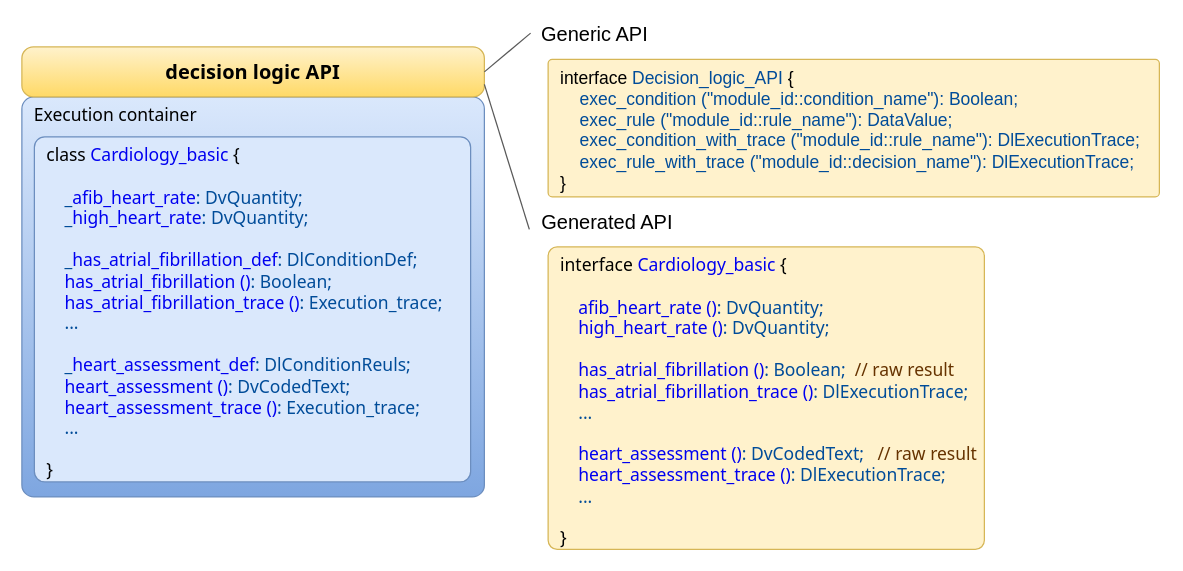
openEHR/specifications-PROC keeps this draw.io diagram as docs/decision_language/diagrams/conceptual_service_model.drawio. Above is the earlier version. Source tidied: cells renumbered, new cells numbered last; positions are measured from the earlier drawing's top-left corner, leaving out a move shared by most shapes. Both pictures are drawn from the tidied source at 125%, with x=0, y=0 at pixel (21, 21).
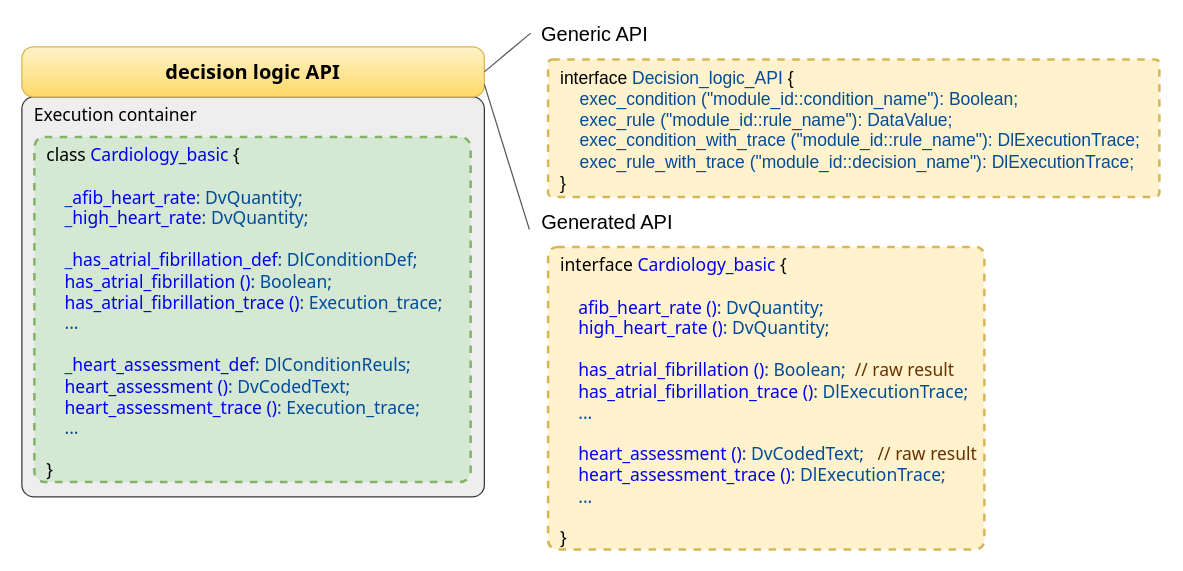
The same page after the edit.

Commit message (it also covers changes not shown here):
Slight diagram improvements.

The edit, as a diff of the source:
```diff
@@
 <mxGraphModel>
   <root>
     <mxCell id="0" />
     <mxCell id="1" parent="0" />
-    <mxCell id="2" value="&lt;div style=&quot;text-align: center; font-size: 14px;&quot;&gt;&lt;span style=&quot;font-size: 14px;&quot;&gt;Execution container&amp;nbsp; &amp;nbsp; &amp;nbsp; &amp;nbsp; &amp;nbsp;&lt;/span&gt;&lt;span style=&quot;font-size: 14px;&quot;&gt;&amp;nbsp; &amp;nbsp; &amp;nbsp; &amp;nbsp;&lt;/span&gt;&lt;br style=&quot;font-size: 14px;&quot;&gt;&lt;/div&gt;" style="rounded=1;whiteSpace=wrap;html=1;fontSize=14;arcSize=3;verticalAlign=top;fillColor=#dae8fc;strokeColor=#6c8ebf;align=left;spacingLeft=8;fontFamily=Tahoma;gradientColor=#7ea6e0;" parent="1" vertex="1">
+    <mxCell id="2" value="&lt;div style=&quot;text-align: center; font-size: 14px;&quot;&gt;&lt;span style=&quot;font-size: 14px;&quot;&gt;Execution container&amp;nbsp; &amp;nbsp; &amp;nbsp; &amp;nbsp; &amp;nbsp;&lt;/span&gt;&lt;span style=&quot;font-size: 14px;&quot;&gt;&amp;nbsp; &amp;nbsp; &amp;nbsp; &amp;nbsp;&lt;/span&gt;&lt;br style=&quot;font-size: 14px;&quot;&gt;&lt;/div&gt;" style="rounded=1;whiteSpace=wrap;html=1;fontSize=14;arcSize=3;verticalAlign=top;fillColor=#eeeeee;strokeColor=#36393d;align=left;spacingLeft=8;fontFamily=Tahoma;" parent="1" vertex="1">
       <mxGeometry y="60" width="370" height="320" as="geometry" />
     </mxCell>
     <mxCell id="3" value="decision logic API" style="rounded=1;whiteSpace=wrap;html=1;fontSize=16;align=center;arcSize=23;strokeColor=#d6b656;strokeWidth=1;verticalAlign=middle;labelPosition=center;verticalLabelPosition=middle;spacingLeft=0;spacingRight=0;fillColor=#fff2cc;fontFamily=Tahoma;gradientColor=#ffd966;fontStyle=1;" parent="1" vertex="1">
       <mxGeometry y="20" width="370" height="40" as="geometry" />
     </mxCell>
     <mxCell id="4" value="&lt;font style=&quot;font-size: 14px&quot;&gt;&lt;br&gt;&lt;/font&gt;" style="text;html=1;align=left;verticalAlign=middle;fontSize=16;fontColor=#004C99;" parent="1" vertex="1">
       <mxGeometry x="435" y="50" width="20" height="30" as="geometry" />
     </mxCell>
     <mxCell id="5" style="edgeStyle=none;rounded=0;jettySize=auto;html=1;entryX=1;entryY=0.5;entryDx=0;entryDy=0;startArrow=none;startFill=0;endArrow=none;endFill=0;strokeColor=#595959;strokeWidth=1;fontSize=14;fontColor=#000000;exitX=-0.01;exitY=0.45;exitDx=0;exitDy=0;exitPerimeter=0;" parent="1" edge="1" source="6" target="3">
       <mxGeometry relative="1" as="geometry" />
     </mxCell>
     <mxCell id="6" value="Generic API" style="text;html=1;align=center;verticalAlign=middle;points=[];fontSize=16;fontColor=#000000;" parent="1" vertex="1">
       <mxGeometry x="408" width="100" height="20" as="geometry" />
     </mxCell>
     <mxCell id="7" style="rounded=0;jettySize=auto;html=1;entryX=1;entryY=0.75;entryDx=0;entryDy=0;startArrow=none;startFill=0;strokeColor=#595959;strokeWidth=1;fontSize=14;fontColor=#000000;endArrow=none;endFill=0;exitX=-0.017;exitY=0.8;exitDx=0;exitDy=0;exitPerimeter=0;" parent="1" edge="1" source="8" target="3">
       <mxGeometry relative="1" as="geometry" />
     </mxCell>
     <mxCell id="8" value="Generated API" style="text;html=1;align=center;verticalAlign=middle;points=[];fontSize=16;fontColor=#000000;" parent="1" vertex="1">
       <mxGeometry x="408" y="150" width="120" height="20" as="geometry" />
     </mxCell>
-    <mxCell id="9" value="&lt;div style=&quot;font-size: 14px&quot;&gt;&lt;font style=&quot;font-family: &amp;#34;helvetica&amp;#34; ; white-space: nowrap&quot;&gt;interface&lt;/font&gt;&lt;font style=&quot;color: rgb(0 , 76 , 153) ; font-family: &amp;#34;helvetica&amp;#34; ; white-space: nowrap&quot;&gt; Decision_logic_API &lt;/font&gt;&lt;font style=&quot;font-family: &amp;#34;helvetica&amp;#34; ; white-space: nowrap&quot;&gt;{&lt;/font&gt;&lt;/div&gt;&lt;div style=&quot;font-size: 14px&quot;&gt;&lt;font style=&quot;color: rgb(0 , 76 , 153) ; font-family: &amp;#34;helvetica&amp;#34; ; white-space: nowrap&quot;&gt;&amp;nbsp; &amp;nbsp; exec_condition&lt;/font&gt;&lt;span style=&quot;color: rgb(0 , 76 , 153) ; font-family: &amp;#34;helvetica&amp;#34; ; white-space: nowrap&quot;&gt;&amp;nbsp;(&quot;module_id::condition_name&quot;): Boolean;&lt;/span&gt;&lt;br style=&quot;color: rgb(0 , 76 , 153) ; font-family: &amp;#34;helvetica&amp;#34; ; white-space: nowrap&quot;&gt;&lt;span style=&quot;color: rgb(0 , 76 , 153) ; font-family: &amp;#34;helvetica&amp;#34; ; white-space: nowrap&quot;&gt;&amp;nbsp; &amp;nbsp; exec_rule (&quot;module_id::&lt;/span&gt;&lt;span style=&quot;color: rgb(0 , 76 , 153) ; font-family: &amp;#34;helvetica&amp;#34; ; white-space: nowrap&quot;&gt;rule_name&lt;/span&gt;&lt;span style=&quot;color: rgb(0 , 76 , 153) ; font-family: &amp;#34;helvetica&amp;#34; ; white-space: nowrap&quot;&gt;&quot;): DataValue;&lt;/span&gt;&lt;br style=&quot;color: rgb(0 , 76 , 153) ; font-family: &amp;#34;helvetica&amp;#34; ; white-space: nowrap&quot;&gt;&lt;span style=&quot;color: rgb(0 , 76 , 153) ; font-family: &amp;#34;helvetica&amp;#34; ; white-space: nowrap&quot;&gt;&amp;nbsp; &amp;nbsp; exec_condition_with_trace (&quot;module_id::rule_name&quot;): DlExecutionTrace;&lt;/span&gt;&lt;br style=&quot;color: rgb(0 , 76 , 153) ; font-family: &amp;#34;helvetica&amp;#34; ; white-space: nowrap&quot;&gt;&lt;span style=&quot;color: rgb(0 , 76 , 153) ; font-family: &amp;#34;helvetica&amp;#34; ; white-space: nowrap&quot;&gt;&amp;nbsp; &amp;nbsp; exec_rule_with_trace (&quot;module_id::decision_name&quot;): DlExecutionTrace;&lt;/span&gt;&lt;br&gt;&lt;/div&gt;&lt;div style=&quot;font-size: 14px&quot;&gt;&lt;span style=&quot;font-family: &amp;#34;helvetica&amp;#34; ; white-space: nowrap&quot;&gt;}&lt;/span&gt;&lt;/div&gt;" style="rounded=1;whiteSpace=wrap;html=1;fontSize=14;arcSize=3;verticalAlign=top;fillColor=#fff2cc;strokeColor=#d6b656;align=left;spacingLeft=8;fontFamily=Tahoma;fontStyle=0;" parent="1" vertex="1">
+    <mxCell id="9" value="&lt;div style=&quot;font-size: 14px&quot;&gt;&lt;font style=&quot;font-family: &amp;#34;helvetica&amp;#34; ; white-space: nowrap&quot;&gt;interface&lt;/font&gt;&lt;font style=&quot;color: rgb(0 , 76 , 153) ; font-family: &amp;#34;helvetica&amp;#34; ; white-space: nowrap&quot;&gt; Decision_logic_API &lt;/font&gt;&lt;font style=&quot;font-family: &amp;#34;helvetica&amp;#34; ; white-space: nowrap&quot;&gt;{&lt;/font&gt;&lt;/div&gt;&lt;div style=&quot;font-size: 14px&quot;&gt;&lt;font style=&quot;color: rgb(0 , 76 , 153) ; font-family: &amp;#34;helvetica&amp;#34; ; white-space: nowrap&quot;&gt;&amp;nbsp; &amp;nbsp; exec_condition&lt;/font&gt;&lt;span style=&quot;color: rgb(0 , 76 , 153) ; font-family: &amp;#34;helvetica&amp;#34; ; white-space: nowrap&quot;&gt;&amp;nbsp;(&quot;module_id::condition_name&quot;): Boolean;&lt;/span&gt;&lt;br style=&quot;color: rgb(0 , 76 , 153) ; font-family: &amp;#34;helvetica&amp;#34; ; white-space: nowrap&quot;&gt;&lt;span style=&quot;color: rgb(0 , 76 , 153) ; font-family: &amp;#34;helvetica&amp;#34; ; white-space: nowrap&quot;&gt;&amp;nbsp; &amp;nbsp; exec_rule (&quot;module_id::&lt;/span&gt;&lt;span style=&quot;color: rgb(0 , 76 , 153) ; font-family: &amp;#34;helvetica&amp;#34; ; white-space: nowrap&quot;&gt;rule_name&lt;/span&gt;&lt;span style=&quot;color: rgb(0 , 76 , 153) ; font-family: &amp;#34;helvetica&amp;#34; ; white-space: nowrap&quot;&gt;&quot;): DataValue;&lt;/span&gt;&lt;br style=&quot;color: rgb(0 , 76 , 153) ; font-family: &amp;#34;helvetica&amp;#34; ; white-space: nowrap&quot;&gt;&lt;span style=&quot;color: rgb(0 , 76 , 153) ; font-family: &amp;#34;helvetica&amp;#34; ; white-space: nowrap&quot;&gt;&amp;nbsp; &amp;nbsp; exec_condition_with_trace (&quot;module_id::rule_name&quot;): DlExecutionTrace;&lt;/span&gt;&lt;br style=&quot;color: rgb(0 , 76 , 153) ; font-family: &amp;#34;helvetica&amp;#34; ; white-space: nowrap&quot;&gt;&lt;span style=&quot;color: rgb(0 , 76 , 153) ; font-family: &amp;#34;helvetica&amp;#34; ; white-space: nowrap&quot;&gt;&amp;nbsp; &amp;nbsp; exec_rule_with_trace (&quot;module_id::decision_name&quot;): DlExecutionTrace;&lt;/span&gt;&lt;br&gt;&lt;/div&gt;&lt;div style=&quot;font-size: 14px&quot;&gt;&lt;span style=&quot;font-family: &amp;#34;helvetica&amp;#34; ; white-space: nowrap&quot;&gt;}&lt;/span&gt;&lt;/div&gt;" style="rounded=1;whiteSpace=wrap;html=1;fontSize=14;arcSize=3;verticalAlign=top;fillColor=#fff2cc;strokeColor=#d6b656;align=left;spacingLeft=8;fontFamily=Tahoma;fontStyle=0;dashed=1;strokeWidth=2;" parent="1" vertex="1">
       <mxGeometry x="421" y="30" width="489" height="110" as="geometry" />
     </mxCell>
-    <mxCell id="10" value="&lt;div style=&quot;font-size: 14px&quot;&gt;&lt;div&gt;&lt;font color=&quot;#000000&quot;&gt;class&lt;/font&gt;&lt;font color=&quot;#004c99&quot;&gt;&amp;nbsp;&lt;/font&gt;&lt;font color=&quot;#0000f0&quot;&gt;Cardiology_basic&lt;/font&gt;&lt;font color=&quot;#004c99&quot;&gt;&amp;nbsp;&lt;/font&gt;{&lt;/div&gt;&lt;div&gt;&lt;font color=&quot;#004c99&quot;&gt;&lt;br&gt;&lt;/font&gt;&lt;/div&gt;&lt;div&gt;&lt;font color=&quot;#004c99&quot;&gt;&amp;nbsp; &amp;nbsp; _&lt;/font&gt;&lt;font color=&quot;#0000f0&quot;&gt;afib_heart_rate&lt;/font&gt;&lt;font color=&quot;#004c99&quot;&gt;:&amp;nbsp;&lt;/font&gt;&lt;span style=&quot;color: rgb(0 , 76 , 153)&quot;&gt;DvQuantity&lt;/span&gt;&lt;font color=&quot;#004c99&quot;&gt;;&lt;/font&gt;&lt;br&gt;&lt;/div&gt;&lt;div&gt;&lt;font color=&quot;#004c99&quot;&gt;&amp;nbsp; &amp;nbsp; _&lt;/font&gt;&lt;font color=&quot;#0000f0&quot;&gt;high_heart_rate&lt;/font&gt;&lt;font color=&quot;#004c99&quot;&gt;:&amp;nbsp;&lt;/font&gt;&lt;span style=&quot;color: rgb(0 , 76 , 153)&quot;&gt;DvQuantity&lt;/span&gt;&lt;font color=&quot;#004c99&quot;&gt;;&lt;/font&gt;&lt;/div&gt;&lt;div&gt;&lt;font color=&quot;#004c99&quot;&gt;&lt;br&gt;&lt;/font&gt;&lt;/div&gt;&lt;div&gt;&lt;font color=&quot;#004c99&quot;&gt;&amp;nbsp; &amp;nbsp; _&lt;/font&gt;&lt;font color=&quot;#0000f0&quot;&gt;has_atrial_fibrillation_def&lt;/font&gt;&lt;font color=&quot;#004c99&quot;&gt;: DlConditionDef;&lt;/font&gt;&lt;/div&gt;&lt;div&gt;&lt;font color=&quot;#004c99&quot;&gt;&amp;nbsp; &amp;nbsp;&amp;nbsp;&lt;/font&gt;&lt;font color=&quot;#0000f0&quot;&gt;has_atrial_fibrillation ()&lt;/font&gt;&lt;font color=&quot;#004c99&quot;&gt;: Boolean;&lt;/font&gt;&lt;br&gt;&lt;/div&gt;&lt;div&gt;&lt;font color=&quot;#004c99&quot;&gt;&amp;nbsp; &amp;nbsp;&amp;nbsp;&lt;/font&gt;&lt;span style=&quot;color: rgb(0 , 0 , 240)&quot;&gt;has_atrial_fibrillation_trace&lt;/span&gt;&lt;font color=&quot;#0000f0&quot;&gt;&amp;nbsp;()&lt;/font&gt;&lt;font color=&quot;#004c99&quot;&gt;: Execution_trace;&lt;/font&gt;&lt;/div&gt;&lt;div&gt;&lt;font color=&quot;#004c99&quot;&gt;&amp;nbsp; &amp;nbsp; ...&lt;/font&gt;&lt;/div&gt;&lt;div&gt;&lt;font color=&quot;#004c99&quot;&gt;&lt;br&gt;&lt;/font&gt;&lt;/div&gt;&lt;div&gt;&lt;font color=&quot;#004c99&quot;&gt;&amp;nbsp; &amp;nbsp; _&lt;/font&gt;&lt;font color=&quot;#0000f0&quot;&gt;heart_assessment_def&lt;/font&gt;&lt;font color=&quot;#004c99&quot;&gt;: DlConditionReuls;&lt;/font&gt;&lt;/div&gt;&lt;div&gt;&lt;font color=&quot;#004c99&quot;&gt;&amp;nbsp; &amp;nbsp;&amp;nbsp;&lt;/font&gt;&lt;font color=&quot;#0000f0&quot;&gt;heart_assessment ()&lt;/font&gt;&lt;font color=&quot;#004c99&quot;&gt;: DvCodedText;&lt;/font&gt;&lt;br&gt;&lt;/div&gt;&lt;div&gt;&lt;div&gt;&lt;font color=&quot;#004c99&quot;&gt;&amp;nbsp; &amp;nbsp;&amp;nbsp;&lt;/font&gt;&lt;font color=&quot;#0000f0&quot;&gt;heart_assessment_trace ()&lt;/font&gt;&lt;font color=&quot;#004c99&quot;&gt;: Execution_trace;&lt;/font&gt;&lt;/div&gt;&lt;div&gt;&lt;font color=&quot;#004c99&quot;&gt;&amp;nbsp; &amp;nbsp; ...&lt;/font&gt;&lt;/div&gt;&lt;/div&gt;&lt;div&gt;&lt;br&gt;&lt;/div&gt;&lt;div&gt;}&lt;/div&gt;&lt;/div&gt;" style="rounded=1;whiteSpace=wrap;html=1;fontSize=14;arcSize=3;verticalAlign=top;fillColor=#dae8fc;strokeColor=#6c8ebf;align=left;spacingLeft=8;fontFamily=Tahoma;fontStyle=0;" parent="1" vertex="1">
+    <mxCell id="10" value="&lt;div style=&quot;font-size: 14px&quot;&gt;&lt;div&gt;&lt;font color=&quot;#000000&quot;&gt;class&lt;/font&gt;&lt;font color=&quot;#004c99&quot;&gt;&amp;nbsp;&lt;/font&gt;&lt;font color=&quot;#0000f0&quot;&gt;Cardiology_basic&lt;/font&gt;&lt;font color=&quot;#004c99&quot;&gt;&amp;nbsp;&lt;/font&gt;{&lt;/div&gt;&lt;div&gt;&lt;font color=&quot;#004c99&quot;&gt;&lt;br&gt;&lt;/font&gt;&lt;/div&gt;&lt;div&gt;&lt;font color=&quot;#004c99&quot;&gt;&amp;nbsp; &amp;nbsp; _&lt;/font&gt;&lt;font color=&quot;#0000f0&quot;&gt;afib_heart_rate&lt;/font&gt;&lt;font color=&quot;#004c99&quot;&gt;:&amp;nbsp;&lt;/font&gt;&lt;span style=&quot;color: rgb(0 , 76 , 153)&quot;&gt;DvQuantity&lt;/span&gt;&lt;font color=&quot;#004c99&quot;&gt;;&lt;/font&gt;&lt;br&gt;&lt;/div&gt;&lt;div&gt;&lt;font color=&quot;#004c99&quot;&gt;&amp;nbsp; &amp;nbsp; _&lt;/font&gt;&lt;font color=&quot;#0000f0&quot;&gt;high_heart_rate&lt;/font&gt;&lt;font color=&quot;#004c99&quot;&gt;:&amp;nbsp;&lt;/font&gt;&lt;span style=&quot;color: rgb(0 , 76 , 153)&quot;&gt;DvQuantity&lt;/span&gt;&lt;font color=&quot;#004c99&quot;&gt;;&lt;/font&gt;&lt;/div&gt;&lt;div&gt;&lt;font color=&quot;#004c99&quot;&gt;&lt;br&gt;&lt;/font&gt;&lt;/div&gt;&lt;div&gt;&lt;font color=&quot;#004c99&quot;&gt;&amp;nbsp; &amp;nbsp; _&lt;/font&gt;&lt;font color=&quot;#0000f0&quot;&gt;has_atrial_fibrillation_def&lt;/font&gt;&lt;font color=&quot;#004c99&quot;&gt;: DlConditionDef;&lt;/font&gt;&lt;/div&gt;&lt;div&gt;&lt;font color=&quot;#004c99&quot;&gt;&amp;nbsp; &amp;nbsp;&amp;nbsp;&lt;/font&gt;&lt;font color=&quot;#0000f0&quot;&gt;has_atrial_fibrillation ()&lt;/font&gt;&lt;font color=&quot;#004c99&quot;&gt;: Boolean;&lt;/font&gt;&lt;br&gt;&lt;/div&gt;&lt;div&gt;&lt;font color=&quot;#004c99&quot;&gt;&amp;nbsp; &amp;nbsp;&amp;nbsp;&lt;/font&gt;&lt;span style=&quot;color: rgb(0 , 0 , 240)&quot;&gt;has_atrial_fibrillation_trace&lt;/span&gt;&lt;font color=&quot;#0000f0&quot;&gt;&amp;nbsp;()&lt;/font&gt;&lt;font color=&quot;#004c99&quot;&gt;: Execution_trace;&lt;/font&gt;&lt;/div&gt;&lt;div&gt;&lt;font color=&quot;#004c99&quot;&gt;&amp;nbsp; &amp;nbsp; ...&lt;/font&gt;&lt;/div&gt;&lt;div&gt;&lt;font color=&quot;#004c99&quot;&gt;&lt;br&gt;&lt;/font&gt;&lt;/div&gt;&lt;div&gt;&lt;font color=&quot;#004c99&quot;&gt;&amp;nbsp; &amp;nbsp; _&lt;/font&gt;&lt;font color=&quot;#0000f0&quot;&gt;heart_assessment_def&lt;/font&gt;&lt;font color=&quot;#004c99&quot;&gt;: DlConditionReuls;&lt;/font&gt;&lt;/div&gt;&lt;div&gt;&lt;font color=&quot;#004c99&quot;&gt;&amp;nbsp; &amp;nbsp;&amp;nbsp;&lt;/font&gt;&lt;font color=&quot;#0000f0&quot;&gt;heart_assessment ()&lt;/font&gt;&lt;font color=&quot;#004c99&quot;&gt;: DvCodedText;&lt;/font&gt;&lt;br&gt;&lt;/div&gt;&lt;div&gt;&lt;div&gt;&lt;font color=&quot;#004c99&quot;&gt;&amp;nbsp; &amp;nbsp;&amp;nbsp;&lt;/font&gt;&lt;font color=&quot;#0000f0&quot;&gt;heart_assessment_trace ()&lt;/font&gt;&lt;font color=&quot;#004c99&quot;&gt;: Execution_trace;&lt;/font&gt;&lt;/div&gt;&lt;div&gt;&lt;font color=&quot;#004c99&quot;&gt;&amp;nbsp; &amp;nbsp; ...&lt;/font&gt;&lt;/div&gt;&lt;/div&gt;&lt;div&gt;&lt;br&gt;&lt;/div&gt;&lt;div&gt;}&lt;/div&gt;&lt;/div&gt;" style="rounded=1;whiteSpace=wrap;html=1;fontSize=14;arcSize=3;verticalAlign=top;fillColor=#d5e8d4;strokeColor=#82b366;align=left;spacingLeft=8;fontFamily=Tahoma;fontStyle=0;strokeWidth=2;dashed=1;" parent="1" vertex="1">
       <mxGeometry x="10" y="92" width="349" height="276" as="geometry" />
     </mxCell>
-    <mxCell id="11" value="&lt;div style=&quot;font-size: 14px&quot;&gt;&lt;font color=&quot;#000000&quot;&gt;interface&lt;/font&gt;&lt;font color=&quot;#004c99&quot;&gt;&amp;nbsp;&lt;/font&gt;&lt;span style=&quot;font-size: 14px&quot;&gt;&lt;font style=&quot;font-size: 14px&quot;&gt;&lt;font color=&quot;#0000f0&quot;&gt;Cardiology_basic&lt;/font&gt;&lt;font color=&quot;#004c99&quot;&gt;&amp;nbsp;&lt;/font&gt;{&lt;/font&gt;&lt;/span&gt;&lt;/div&gt;&lt;div style=&quot;font-size: 14px&quot;&gt;&lt;span style=&quot;font-size: 14px&quot;&gt;&lt;font style=&quot;font-size: 14px&quot; color=&quot;#004c99&quot;&gt;&lt;br style=&quot;font-size: 14px&quot;&gt;&lt;/font&gt;&lt;/span&gt;&lt;/div&gt;&lt;div&gt;&lt;font color=&quot;#004c99&quot;&gt;&amp;nbsp; &amp;nbsp;&amp;nbsp;&lt;/font&gt;&lt;font color=&quot;#0000f0&quot;&gt;afib_heart_rate ()&lt;/font&gt;&lt;font color=&quot;#004c99&quot;&gt;: DvQuantity;&lt;/font&gt;&lt;br&gt;&lt;/div&gt;&lt;div&gt;&lt;font color=&quot;#004c99&quot;&gt;&amp;nbsp; &amp;nbsp;&amp;nbsp;&lt;/font&gt;&lt;font color=&quot;#0000f0&quot;&gt;high_heart_rate ()&lt;/font&gt;&lt;font color=&quot;#004c99&quot;&gt;: DvQuantity;&lt;/font&gt;&lt;/div&gt;&lt;div style=&quot;font-size: 14px&quot;&gt;&lt;span style=&quot;font-size: 14px&quot;&gt;&lt;font color=&quot;#004c99&quot;&gt;&lt;br&gt;&lt;/font&gt;&lt;/span&gt;&lt;/div&gt;&lt;div style=&quot;font-size: 14px&quot;&gt;&lt;span style=&quot;font-size: 14px&quot;&gt;&lt;font color=&quot;#004c99&quot;&gt;&amp;nbsp; &amp;nbsp; &lt;/font&gt;&lt;font color=&quot;#0000f0&quot;&gt;has_atrial_fibrillation ()&lt;/font&gt;&lt;font color=&quot;#004c99&quot;&gt;: Boolean;&amp;nbsp; &lt;/font&gt;&lt;font color=&quot;#663300&quot;&gt;// raw result&lt;/font&gt;&lt;/span&gt;&lt;br style=&quot;font-size: 14px&quot;&gt;&lt;/div&gt;&lt;div style=&quot;font-size: 14px&quot;&gt;&lt;span style=&quot;font-size: 14px&quot;&gt;&lt;font style=&quot;font-size: 14px&quot;&gt;&lt;font color=&quot;#004c99&quot;&gt;&amp;nbsp; &amp;nbsp;&amp;nbsp;&lt;/font&gt;&lt;/font&gt;&lt;/span&gt;&lt;span style=&quot;color: rgb(0 , 0 , 240)&quot;&gt;has_atrial_fibrillation_trace&lt;/span&gt;&lt;span style=&quot;font-size: 14px&quot;&gt;&lt;font style=&quot;font-size: 14px&quot;&gt;&lt;font color=&quot;#0000f0&quot;&gt;&amp;nbsp;()&lt;/font&gt;&lt;font color=&quot;#004c99&quot;&gt;: DlExecutionTrace;&lt;/font&gt;&lt;/font&gt;&lt;/span&gt;&lt;/div&gt;&lt;div style=&quot;font-size: 14px&quot;&gt;&lt;span style=&quot;font-size: 14px&quot;&gt;&lt;font style=&quot;font-size: 14px&quot;&gt;&lt;font color=&quot;#004c99&quot;&gt;&amp;nbsp; &amp;nbsp; ...&lt;/font&gt;&lt;/font&gt;&lt;/span&gt;&lt;/div&gt;&lt;div style=&quot;font-size: 14px&quot;&gt;&lt;span style=&quot;font-size: 14px&quot;&gt;&lt;font style=&quot;font-size: 14px&quot; color=&quot;#004c99&quot;&gt;&lt;br style=&quot;font-size: 14px&quot;&gt;&lt;/font&gt;&lt;/span&gt;&lt;/div&gt;&lt;div style=&quot;font-size: 14px&quot;&gt;&lt;span style=&quot;font-size: 14px&quot;&gt;&lt;font color=&quot;#004c99&quot;&gt;&amp;nbsp; &amp;nbsp; &lt;/font&gt;&lt;font color=&quot;#0000f0&quot;&gt;heart_assessment ()&lt;/font&gt;&lt;font color=&quot;#004c99&quot;&gt;: DvCodedText;&amp;nbsp;&lt;/font&gt;&lt;font color=&quot;#663300&quot;&gt; &amp;nbsp;// raw result&lt;/font&gt;&lt;/span&gt;&lt;br style=&quot;font-size: 14px&quot;&gt;&lt;/div&gt;&lt;div style=&quot;font-size: 14px&quot;&gt;&lt;div&gt;&lt;font color=&quot;#004c99&quot;&gt;&amp;nbsp; &amp;nbsp;&amp;nbsp;&lt;/font&gt;&lt;font color=&quot;#0000f0&quot;&gt;heart_assessment_trace ()&lt;/font&gt;&lt;font color=&quot;#004c99&quot;&gt;: DlExecutionTrace;&lt;/font&gt;&lt;/div&gt;&lt;div&gt;&lt;font color=&quot;#004c99&quot;&gt;&amp;nbsp; &amp;nbsp; ...&lt;/font&gt;&lt;/div&gt;&lt;/div&gt;&lt;div style=&quot;font-size: 14px&quot;&gt;&lt;br&gt;&lt;/div&gt;&lt;div style=&quot;font-size: 14px&quot;&gt;&lt;div&gt;}&lt;/div&gt;&lt;/div&gt;" style="rounded=1;whiteSpace=wrap;html=1;fontSize=14;arcSize=3;verticalAlign=top;fillColor=#fff2cc;strokeColor=#d6b656;align=left;spacingLeft=8;fontFamily=Tahoma;fontStyle=0;" parent="1" vertex="1">
+    <mxCell id="11" value="&lt;div style=&quot;font-size: 14px&quot;&gt;&lt;font color=&quot;#000000&quot;&gt;interface&lt;/font&gt;&lt;font color=&quot;#004c99&quot;&gt;&amp;nbsp;&lt;/font&gt;&lt;span style=&quot;font-size: 14px&quot;&gt;&lt;font style=&quot;font-size: 14px&quot;&gt;&lt;font color=&quot;#0000f0&quot;&gt;Cardiology_basic&lt;/font&gt;&lt;font color=&quot;#004c99&quot;&gt;&amp;nbsp;&lt;/font&gt;{&lt;/font&gt;&lt;/span&gt;&lt;/div&gt;&lt;div style=&quot;font-size: 14px&quot;&gt;&lt;span style=&quot;font-size: 14px&quot;&gt;&lt;font style=&quot;font-size: 14px&quot; color=&quot;#004c99&quot;&gt;&lt;br style=&quot;font-size: 14px&quot;&gt;&lt;/font&gt;&lt;/span&gt;&lt;/div&gt;&lt;div&gt;&lt;font color=&quot;#004c99&quot;&gt;&amp;nbsp; &amp;nbsp;&amp;nbsp;&lt;/font&gt;&lt;font color=&quot;#0000f0&quot;&gt;afib_heart_rate ()&lt;/font&gt;&lt;font color=&quot;#004c99&quot;&gt;: DvQuantity;&lt;/font&gt;&lt;br&gt;&lt;/div&gt;&lt;div&gt;&lt;font color=&quot;#004c99&quot;&gt;&amp;nbsp; &amp;nbsp;&amp;nbsp;&lt;/font&gt;&lt;font color=&quot;#0000f0&quot;&gt;high_heart_rate ()&lt;/font&gt;&lt;font color=&quot;#004c99&quot;&gt;: DvQuantity;&lt;/font&gt;&lt;/div&gt;&lt;div style=&quot;font-size: 14px&quot;&gt;&lt;span style=&quot;font-size: 14px&quot;&gt;&lt;font color=&quot;#004c99&quot;&gt;&lt;br&gt;&lt;/font&gt;&lt;/span&gt;&lt;/div&gt;&lt;div style=&quot;font-size: 14px&quot;&gt;&lt;span style=&quot;font-size: 14px&quot;&gt;&lt;font color=&quot;#004c99&quot;&gt;&amp;nbsp; &amp;nbsp; &lt;/font&gt;&lt;font color=&quot;#0000f0&quot;&gt;has_atrial_fibrillation ()&lt;/font&gt;&lt;font color=&quot;#004c99&quot;&gt;: Boolean;&amp;nbsp; &lt;/font&gt;&lt;font color=&quot;#663300&quot;&gt;// raw result&lt;/font&gt;&lt;/span&gt;&lt;br style=&quot;font-size: 14px&quot;&gt;&lt;/div&gt;&lt;div style=&quot;font-size: 14px&quot;&gt;&lt;span style=&quot;font-size: 14px&quot;&gt;&lt;font style=&quot;font-size: 14px&quot;&gt;&lt;font color=&quot;#004c99&quot;&gt;&amp;nbsp; &amp;nbsp;&amp;nbsp;&lt;/font&gt;&lt;/font&gt;&lt;/span&gt;&lt;span style=&quot;color: rgb(0 , 0 , 240)&quot;&gt;has_atrial_fibrillation_trace&lt;/span&gt;&lt;span style=&quot;font-size: 14px&quot;&gt;&lt;font style=&quot;font-size: 14px&quot;&gt;&lt;font color=&quot;#0000f0&quot;&gt;&amp;nbsp;()&lt;/font&gt;&lt;font color=&quot;#004c99&quot;&gt;: DlExecutionTrace;&lt;/font&gt;&lt;/font&gt;&lt;/span&gt;&lt;/div&gt;&lt;div style=&quot;font-size: 14px&quot;&gt;&lt;span style=&quot;font-size: 14px&quot;&gt;&lt;font style=&quot;font-size: 14px&quot;&gt;&lt;font color=&quot;#004c99&quot;&gt;&amp;nbsp; &amp;nbsp; ...&lt;/font&gt;&lt;/font&gt;&lt;/span&gt;&lt;/div&gt;&lt;div style=&quot;font-size: 14px&quot;&gt;&lt;span style=&quot;font-size: 14px&quot;&gt;&lt;font style=&quot;font-size: 14px&quot; color=&quot;#004c99&quot;&gt;&lt;br style=&quot;font-size: 14px&quot;&gt;&lt;/font&gt;&lt;/span&gt;&lt;/div&gt;&lt;div style=&quot;font-size: 14px&quot;&gt;&lt;span style=&quot;font-size: 14px&quot;&gt;&lt;font color=&quot;#004c99&quot;&gt;&amp;nbsp; &amp;nbsp; &lt;/font&gt;&lt;font color=&quot;#0000f0&quot;&gt;heart_assessment ()&lt;/font&gt;&lt;font color=&quot;#004c99&quot;&gt;: DvCodedText;&amp;nbsp;&lt;/font&gt;&lt;font color=&quot;#663300&quot;&gt; &amp;nbsp;// raw result&lt;/font&gt;&lt;/span&gt;&lt;br style=&quot;font-size: 14px&quot;&gt;&lt;/div&gt;&lt;div style=&quot;font-size: 14px&quot;&gt;&lt;div&gt;&lt;font color=&quot;#004c99&quot;&gt;&amp;nbsp; &amp;nbsp;&amp;nbsp;&lt;/font&gt;&lt;font color=&quot;#0000f0&quot;&gt;heart_assessment_trace ()&lt;/font&gt;&lt;font color=&quot;#004c99&quot;&gt;: DlExecutionTrace;&lt;/font&gt;&lt;/div&gt;&lt;div&gt;&lt;font color=&quot;#004c99&quot;&gt;&amp;nbsp; &amp;nbsp; ...&lt;/font&gt;&lt;/div&gt;&lt;/div&gt;&lt;div style=&quot;font-size: 14px&quot;&gt;&lt;br&gt;&lt;/div&gt;&lt;div style=&quot;font-size: 14px&quot;&gt;&lt;div&gt;}&lt;/div&gt;&lt;/div&gt;" style="rounded=1;whiteSpace=wrap;html=1;fontSize=14;arcSize=3;verticalAlign=top;fillColor=#fff2cc;strokeColor=#d6b656;align=left;spacingLeft=8;fontFamily=Tahoma;fontStyle=0;dashed=1;strokeWidth=2;" parent="1" vertex="1">
       <mxGeometry x="421" y="180" width="349" height="242" as="geometry" />
     </mxCell>
   </root>
 </mxGraphModel>
```
